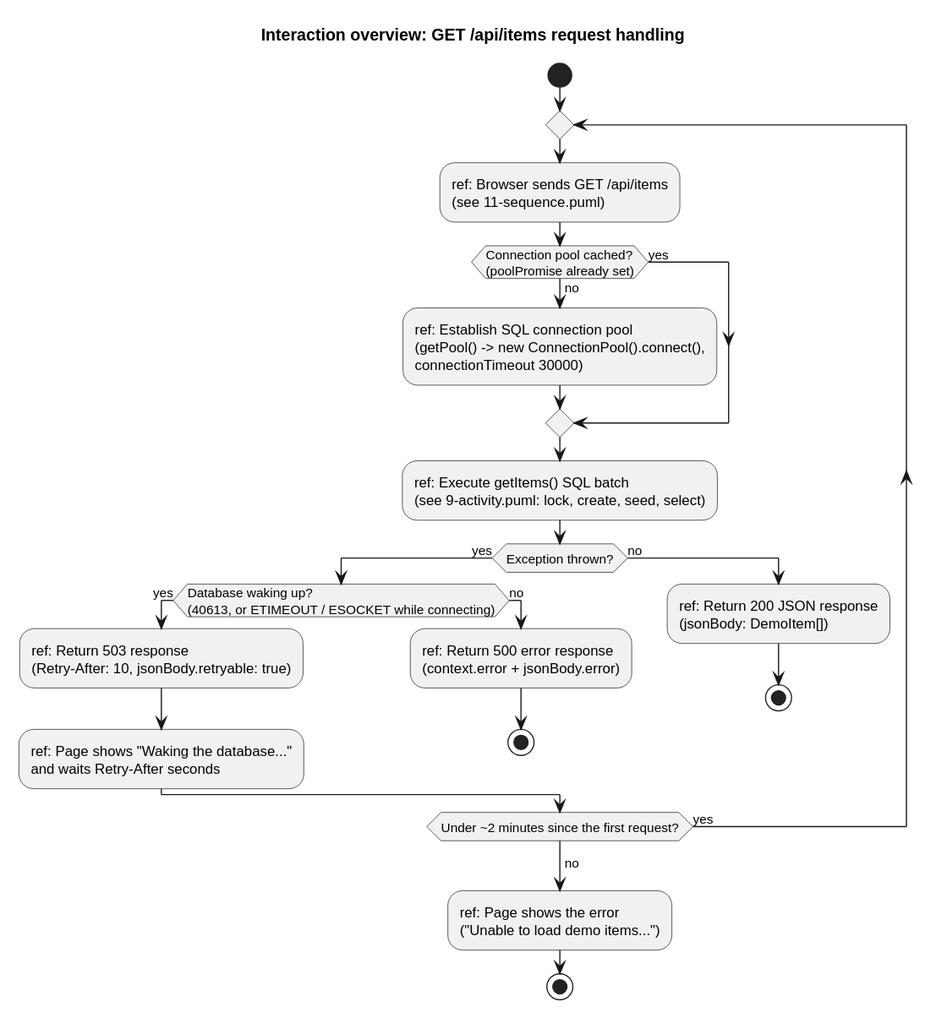
wolffy-au/frictionless-sample-azure keeps this PlantUML diagram as uml/interaction/13-interaction-overview.svg. Above is the earlier version.
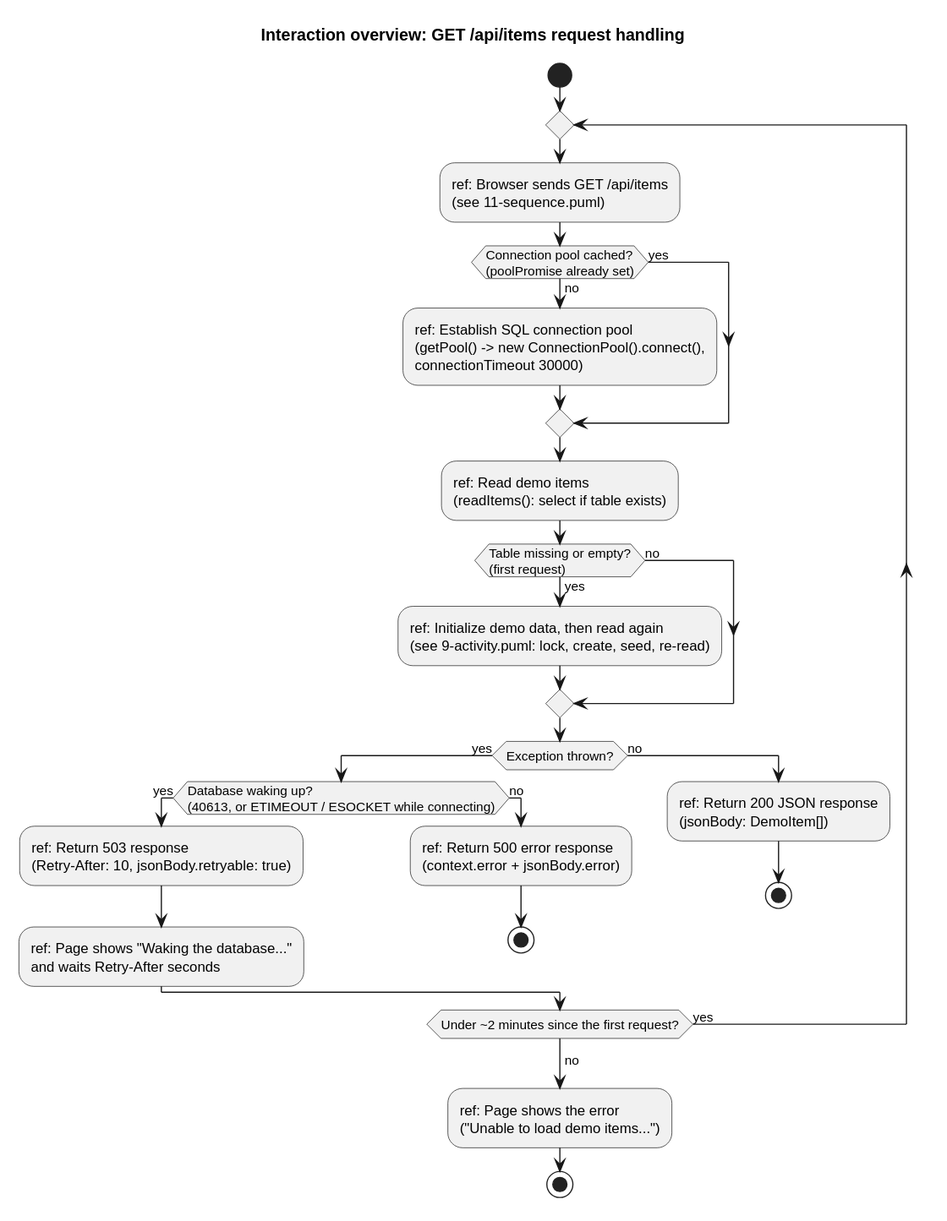
Later version of the same file.

Diff of the diagram source:
```diff
@@ -8,7 +8,11 @@
     :ref: Establish SQL connection pool\n(getPool() -> new ConnectionPool().connect(),\nconnectionTimeout 30000);
   else (yes)
   endif
-  :ref: Execute getItems() SQL batch\n(see 9-activity.puml: lock, create, seed, select);
+  :ref: Read demo items\n(readItems(): select if table exists);
+  if (Table missing or empty?\n(first request)) then (yes)
+    :ref: Initialize demo data, then read again\n(see 9-activity.puml: lock, create, seed, re-read);
+  else (no)
+  endif
   if (Exception thrown?) then (yes)
     if (Database waking up?\n(40613, or ETIMEOUT / ESOCKET while connecting)) then (yes)
       :ref: Return 503 response\n(Retry-After: 10, jsonBody.retryable: true);
```
